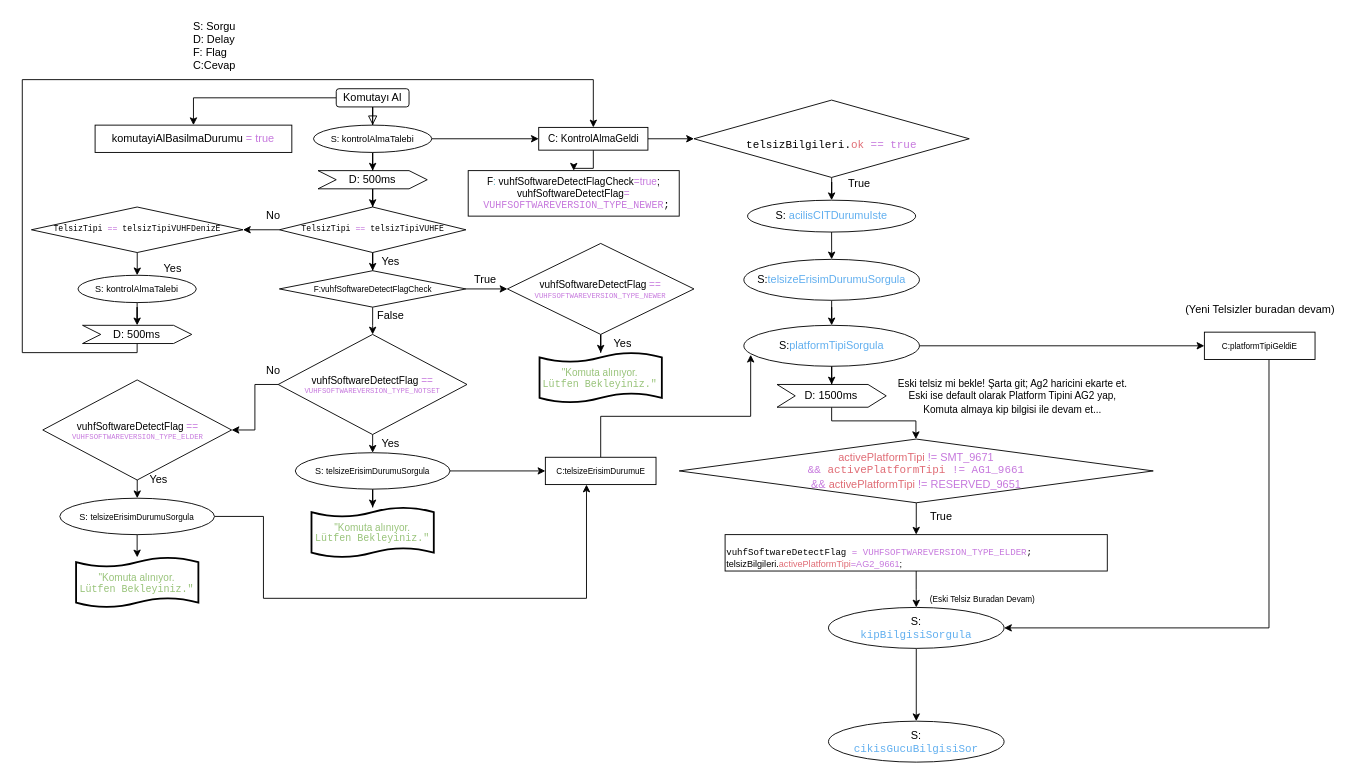
This is Untitled Diagram.drawio from eembetul/u8glib, a draw.io file, before an edit. Source tidied: cells renumbered, new cells numbered last; positions are measured from the earlier drawing's top-left corner, leaving out a move shared by most shapes. Both pictures are drawn from the tidied source at 91%, with x=0, y=0 at pixel (22, 15).
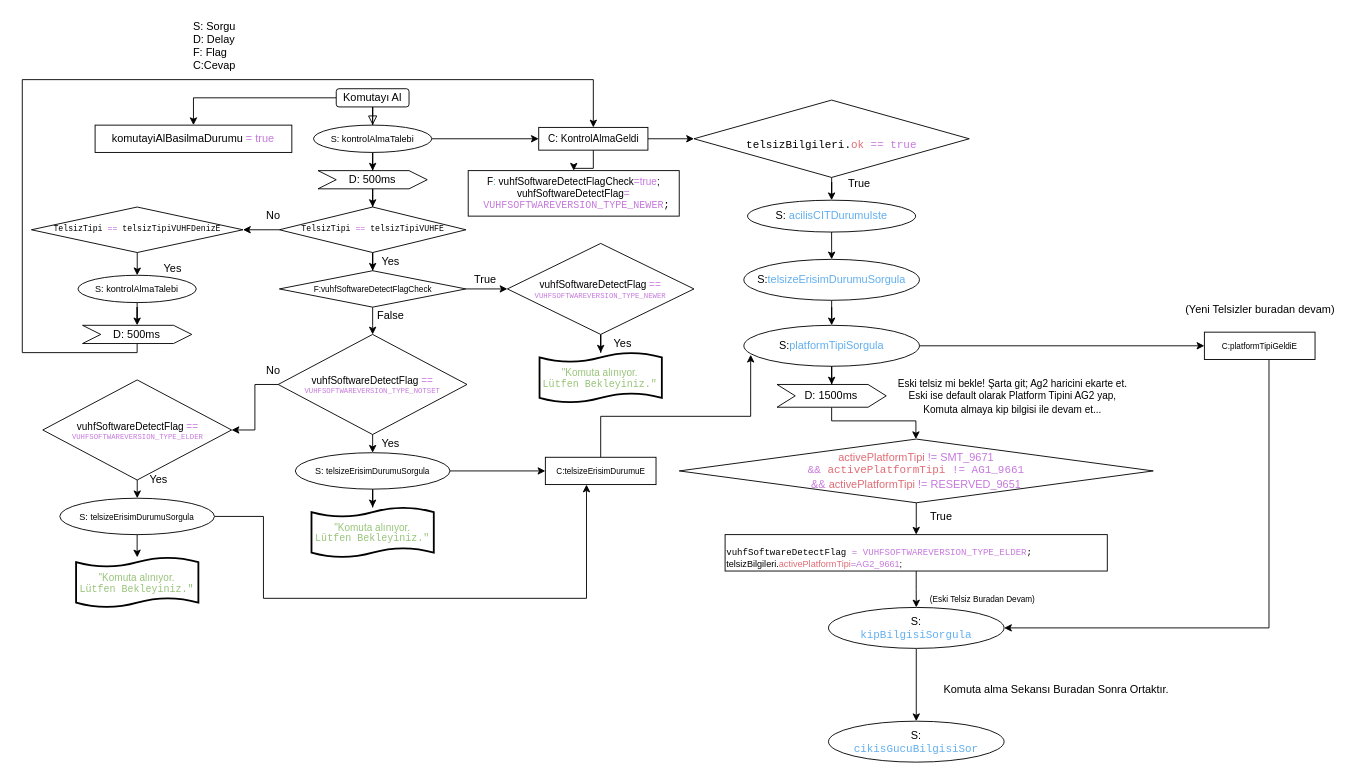
After the change.

The edit, as a diff of the source:
```diff
@@
+    <mxCell id="80" value="Komuta alma Sekansı Buradan Sonra Ortaktır. " style="text;html=1;align=center;verticalAlign=middle;" parent="1" vertex="1">
+      <mxGeometry x="985.9" y="730" width="300" height="20" as="geometry" />
+    </mxCell>
```
